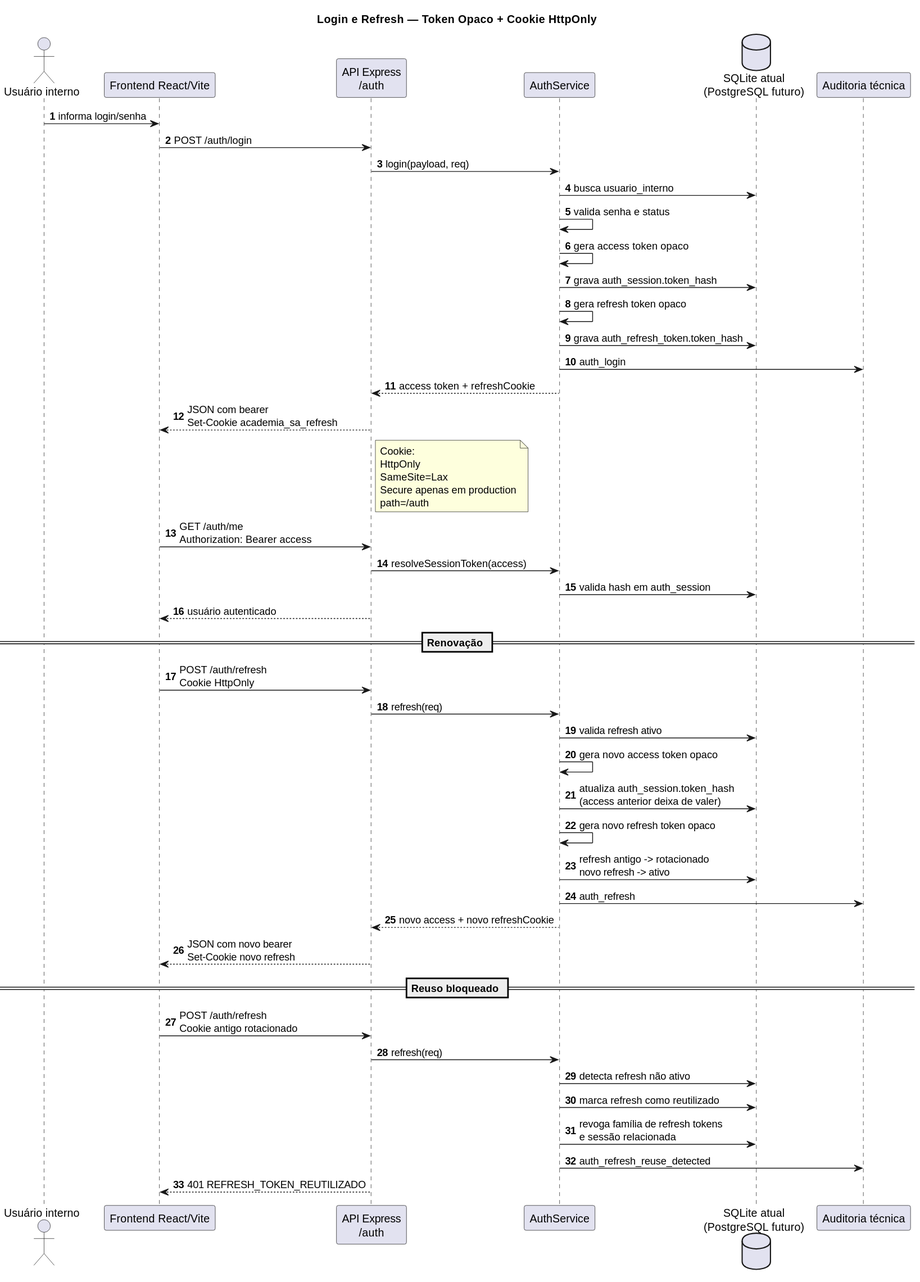
pxdroarth/gym-system keeps this PlantUML diagram as docs/uml/svg/sources/02-sequencia-login-refresh.svg. Above is the earlier version. Its diagram source:
```plantuml
@startuml
title Login e Refresh — Token Opaco + Cookie HttpOnly
autonumber
skinparam shadowing false

actor "Usuário interno" as User
participant "Frontend React/Vite" as Frontend
participant "API Express\n/auth" as API
participant "AuthService" as Auth
database "SQLite atual\n(PostgreSQL futuro)" as DB
participant "Auditoria técnica" as Audit

User -> Frontend : informa login/senha
Frontend -> API : POST /auth/login
API -> Auth : login(payload, req)
Auth -> DB : busca usuario_interno
Auth -> Auth : valida senha e status
Auth -> Auth : gera access token opaco
Auth -> DB : grava auth_session.token_hash
Auth -> Auth : gera refresh token opaco
Auth -> DB : grava auth_refresh_token.token_hash
Auth -> Audit : auth_login
Auth --> API : access token + refreshCookie
API --> Frontend : JSON com bearer\nSet-Cookie academia_sa_refresh
note right of API
Cookie:
HttpOnly
SameSite=Lax
Secure apenas em production
path=/auth
end note

Frontend -> API : GET /auth/me\nAuthorization: Bearer access
API -> Auth : resolveSessionToken(access)
Auth -> DB : valida hash em auth_session
API --> Frontend : usuário autenticado

== Renovação ==
Frontend -> API : POST /auth/refresh\nCookie HttpOnly
API -> Auth : refresh(req)
Auth -> DB : valida refresh ativo
Auth -> Auth : gera novo access token opaco
Auth -> DB : atualiza auth_session.token_hash\n(access anterior deixa de valer)
Auth -> Auth : gera novo refresh token opaco
Auth -> DB : refresh antigo -> rotacionado\nnovo refresh -> ativo
Auth -> Audit : auth_refresh
Auth --> API : novo access + novo refreshCookie
API --> Frontend : JSON com novo bearer\nSet-Cookie novo refresh

== Reuso bloqueado ==
Frontend -> API : POST /auth/refresh\nCookie antigo rotacionado
API -> Auth : refresh(req)
Auth -> DB : detecta refresh não ativo
Auth -> DB : marca refresh como reutilizado
Auth -> DB : revoga família de refresh tokens\ne sessão relacionada
Auth -> Audit : auth_refresh_reuse_detected
API --> Frontend : 401 REFRESH_TOKEN_REUTILIZADO
@enduml
```
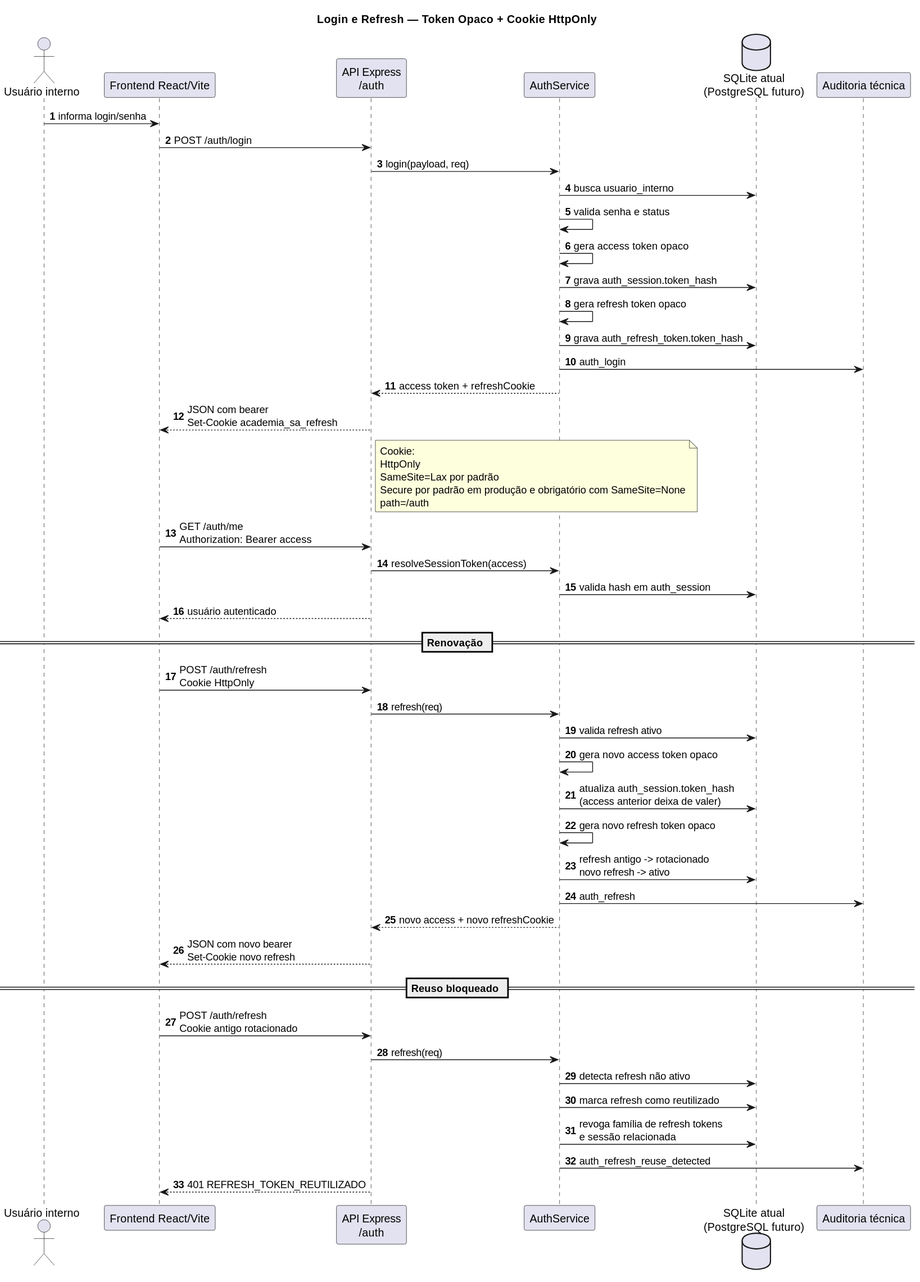
Above is the later version.

Change to the diagram source:
```diff
@@ -25,8 +25,8 @@
 note right of API
 Cookie:
 HttpOnly
-SameSite=Lax
-Secure apenas em production
+SameSite=Lax por padrão
+Secure por padrão em produção e obrigatório com SameSite=None
 path=/auth
 end note
 
```
